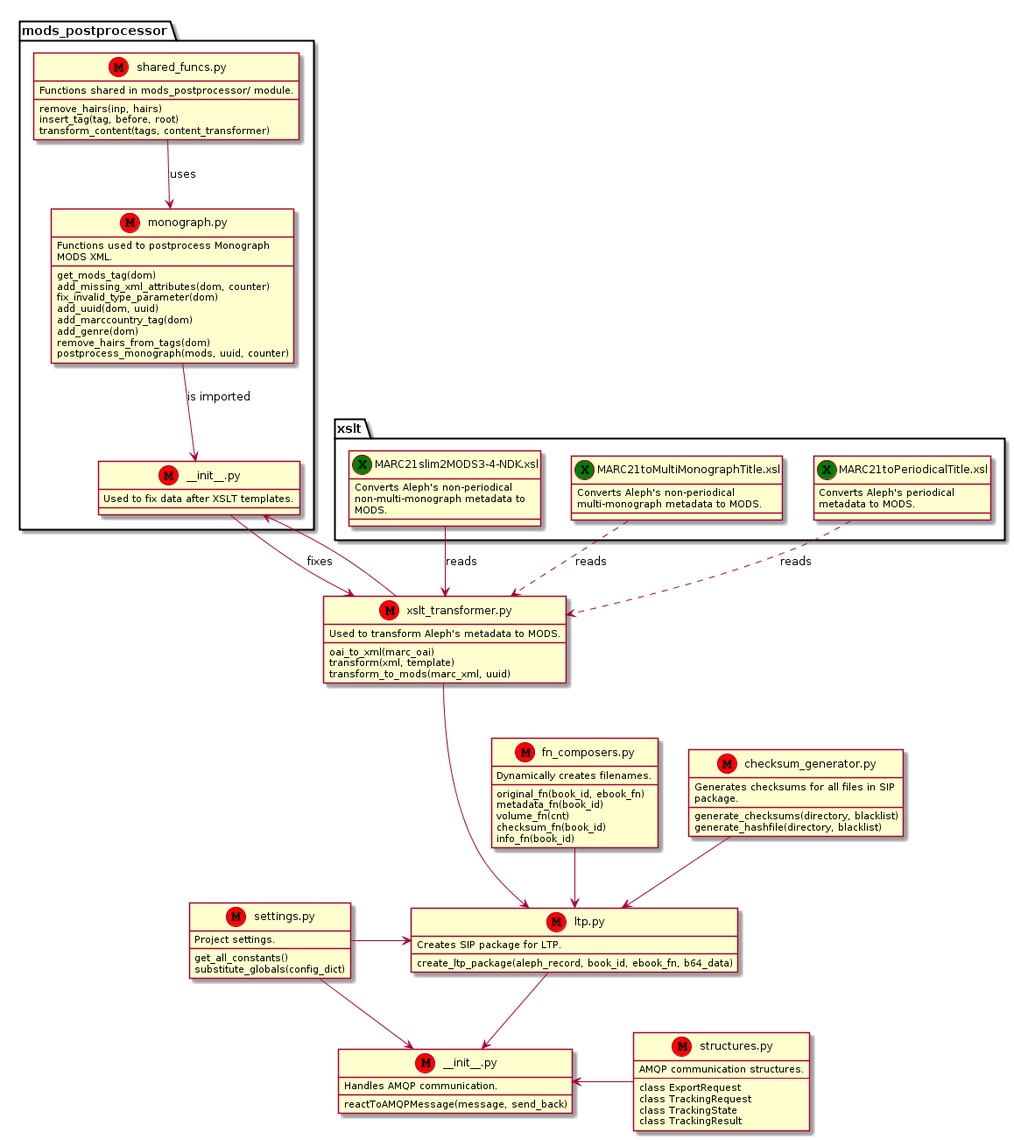
This is docs/_static/relations.png from edeposit/edeposit.amqp.ltp, a PlantUML export, as it was before one commit.
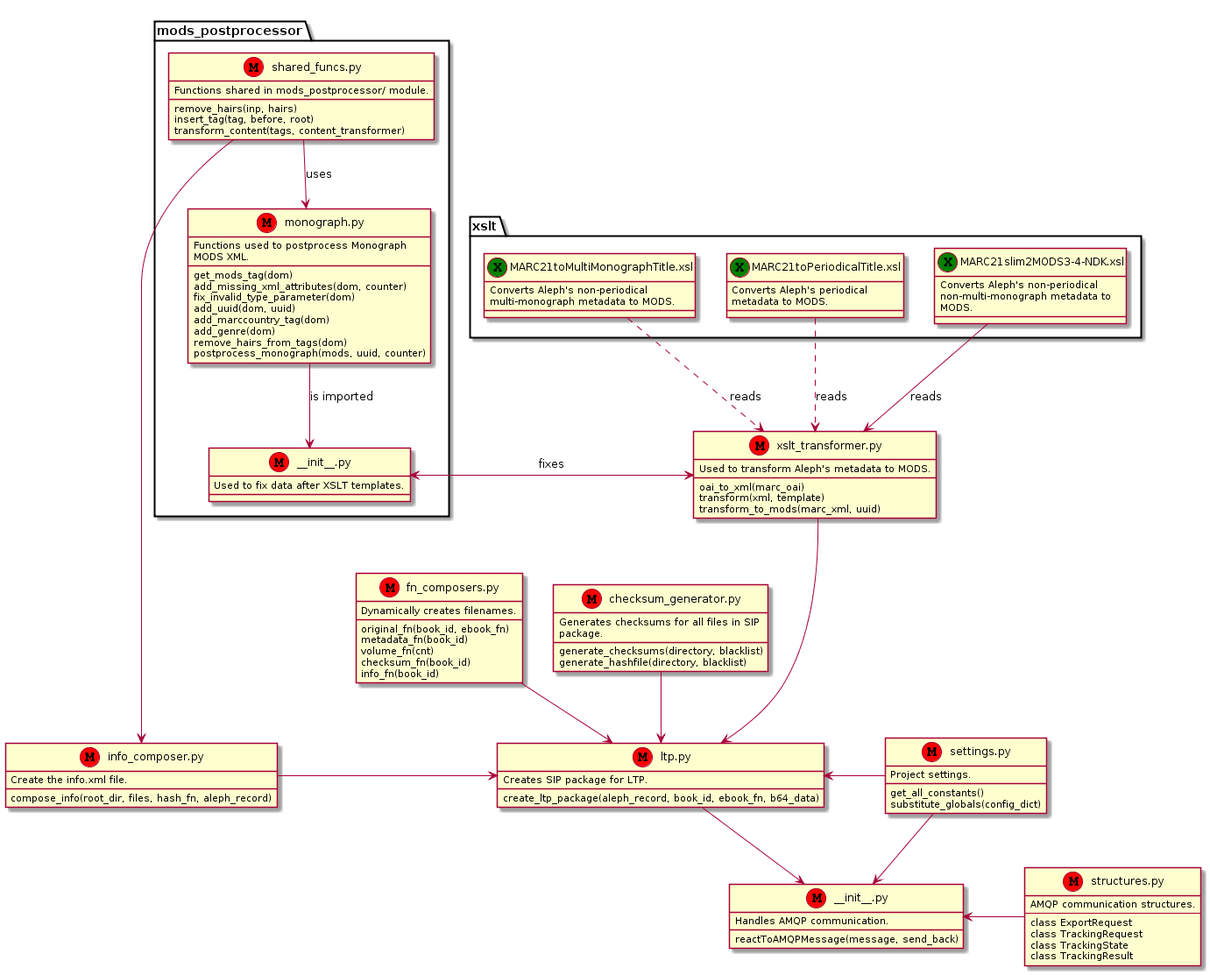
Above is the later version.

Commit message:
Updated UML with relations to reflex changes in project (info_composer.py).

The edit, as a diff of the source:
```diff
@@ -92,6 +92,12 @@
     class TrackingResult
 }
 
+class info_composer as "info_composer.py" <<M, Red>> {
+    Create the info.xml file.
+
+    compose_info(root_dir, files, hash_fn, aleph_record)
+}
+
 class ltp as "ltp.py" <<M, Red>> {
     Creates SIP package for LTP.
 
@@ -104,15 +110,18 @@
     reactToAMQPMessage(message, send_back)
 }
 
-settings -r-> ltp
+shared_funcs -d----> info_composer
+
 xslt_transformer --d-> ltp
+settings -l-> ltp
 
 fn_composers -d-> ltp
+info_composer -r-> ltp
 checksum_generator -d-> ltp
 
 ltp -d-> init
 structures -l-> init
-settings --> init
+settings -d-> init
 
 mp_init -r-> xslt_transformer: fixes
 xslt_transformer --> mp_init
```
